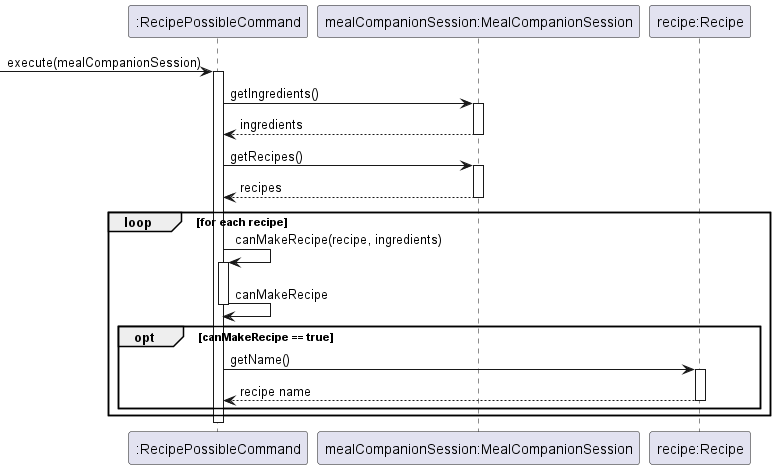
nus-cs2113-AY2223S2/tp keeps this PlantUML diagram as docs/images/RecipePossibleCommandSequence.png. Above is the earlier version. Its diagram source:
```plantuml
@startuml
!include Style.puml
participant ":RecipePossibleCommand" as RecipePossibleCommand
participant "mealCompanionSession:MealCompanionSession" as mealCompanionSession
participant "recipe:Recipe" as recipe

-> RecipePossibleCommand: execute(mealCompanionSession)
activate RecipePossibleCommand
RecipePossibleCommand -> mealCompanionSession: getIngredients()
activate mealCompanionSession
RecipePossibleCommand <-- mealCompanionSession: ingredients
deactivate mealCompanionSession
RecipePossibleCommand -> mealCompanionSession: getRecipes()
activate mealCompanionSession
RecipePossibleCommand <-- mealCompanionSession: recipes
deactivate mealCompanionSession
loop for each recipe
RecipePossibleCommand -> RecipePossibleCommand: canMakeRecipe(recipe, ingredients)
activate RecipePossibleCommand
RecipePossibleCommand -> RecipePossibleCommand: canMakeRecipe
deactivate RecipePossibleCommand
opt canMakeRecipe == true
RecipePossibleCommand -> recipe: getName()
activate recipe
RecipePossibleCommand <-- recipe: recipe name
deactivate recipe
end
end
deactivate RecipePossibleCommand

@enduml
```
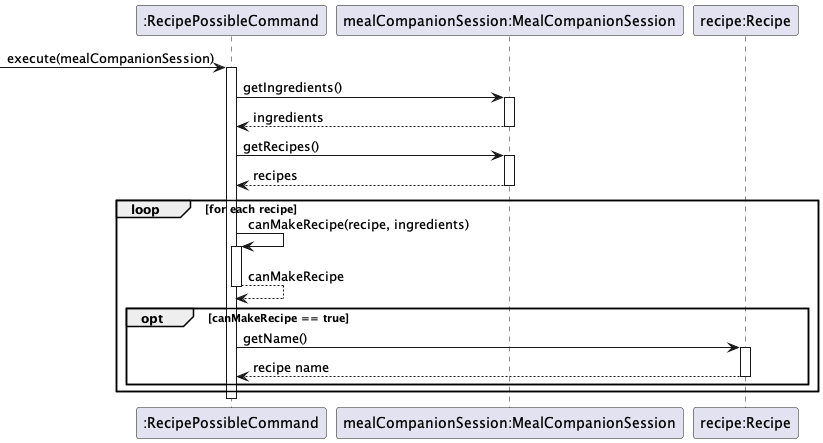
The same diagram one commit later.

Diff of the diagram source:
```diff
@@ -17,7 +17,7 @@
 loop for each recipe
 RecipePossibleCommand -> RecipePossibleCommand: canMakeRecipe(recipe, ingredients)
 activate RecipePossibleCommand
-RecipePossibleCommand -> RecipePossibleCommand: canMakeRecipe
+RecipePossibleCommand --> RecipePossibleCommand: canMakeRecipe
 deactivate RecipePossibleCommand
 opt canMakeRecipe == true
 RecipePossibleCommand -> recipe: getName()
```
